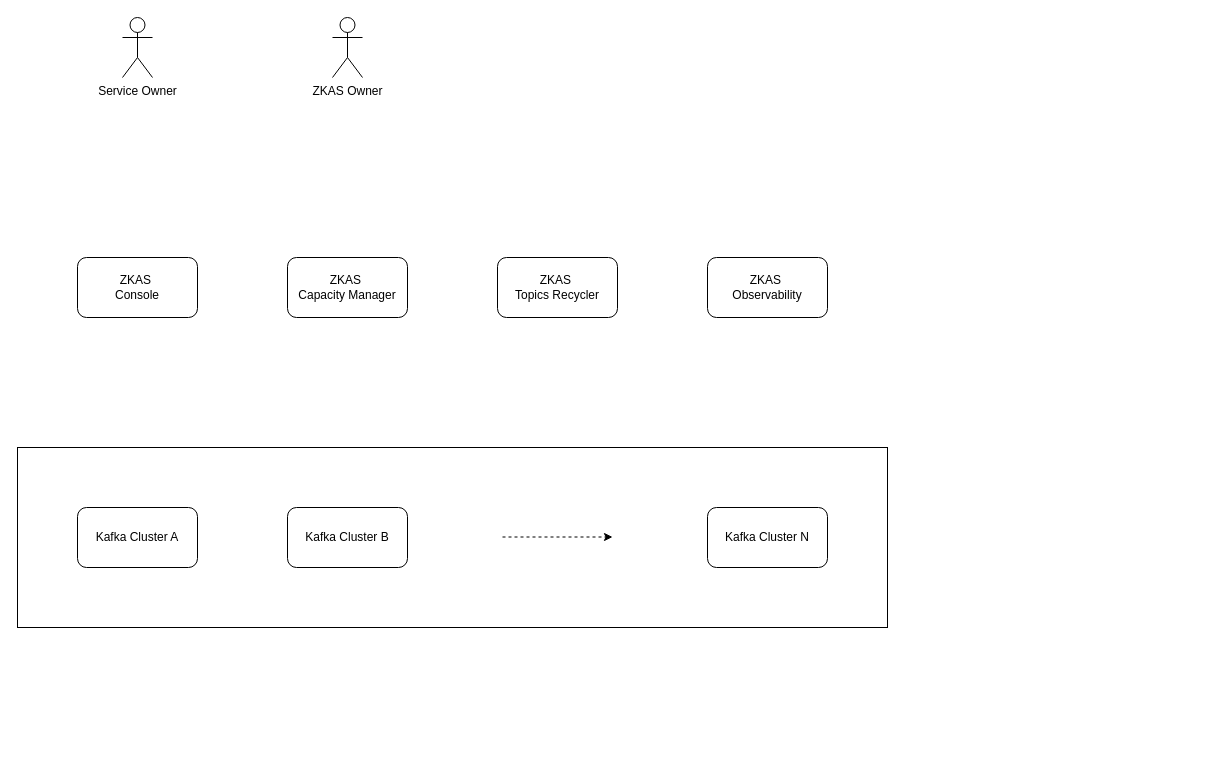
Before: Kafka as Service.drawio in jiangtao7/draw.io, a draw.io diagram. Source tidied: cells renumbered, new cells numbered last; positions are measured from the earlier drawing's top-left corner, leaving out a move shared by most shapes. Both pictures are drawn from the tidied source at 100%, with x=0, y=0 at pixel (17, 17).
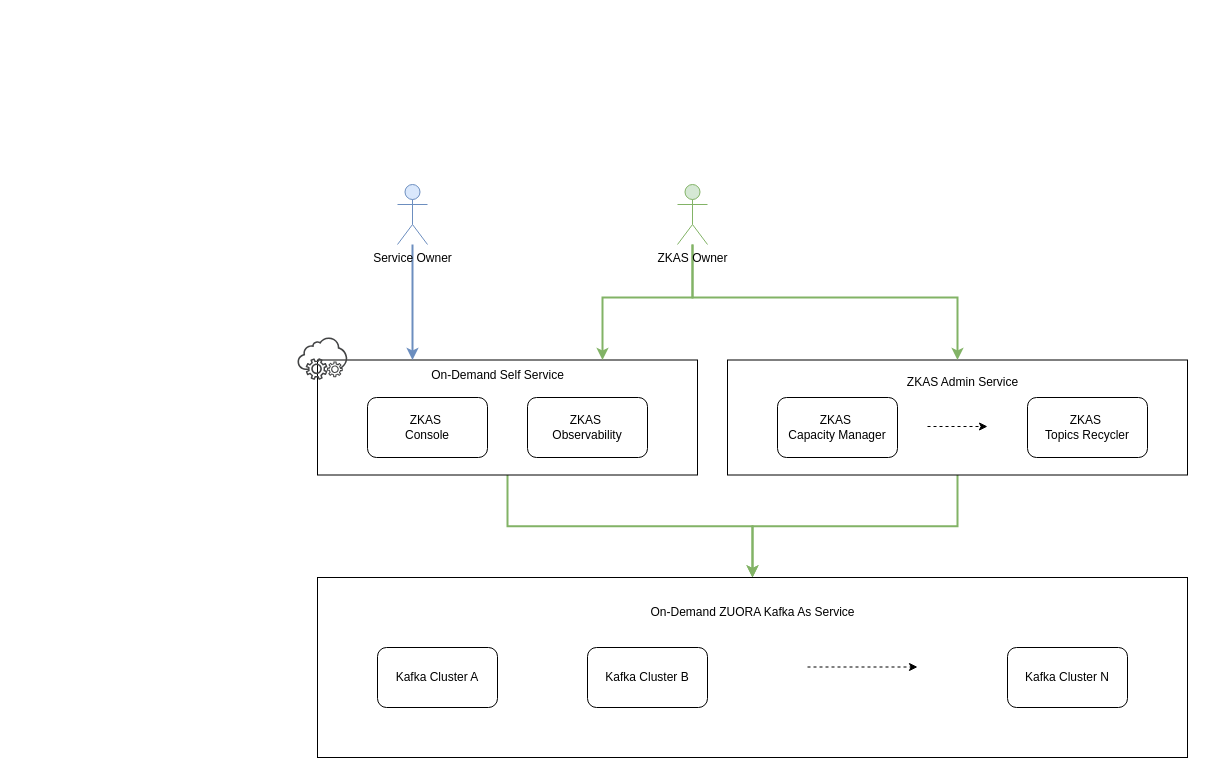
Above is the later version.

What changed in the source:
```diff
@@
+    <mxCell id="13" style="edgeStyle=orthogonalEdgeStyle;rounded=0;jettySize=auto;html=1;entryX=0.5;entryY=0;entryDx=0;entryDy=0;strokeWidth=2;fillColor=#d5e8d4;strokeColor=#82b366;" parent="1" edge="1" source="14" target="2">
+      <mxGeometry relative="1" as="geometry" />
+    </mxCell>
+    <mxCell id="14" style="rounded=0;whiteSpace=wrap;html=1;" parent="1" vertex="1">
+      <mxGeometry x="300" y="342.5" width="380" height="115" as="geometry" />
+    </mxCell>
+    <mxCell id="15" style="edgeStyle=orthogonalEdgeStyle;rounded=0;jettySize=auto;html=1;entryX=0.5;entryY=0;entryDx=0;entryDy=0;strokeWidth=2;fillColor=#d5e8d4;strokeColor=#82b366;" parent="1" edge="1" source="16" target="2">
+      <mxGeometry relative="1" as="geometry" />
+    </mxCell>
+    <mxCell id="16" style="rounded=0;whiteSpace=wrap;html=1;" parent="1" vertex="1">
+      <mxGeometry x="710" y="342.5" width="460" height="115" as="geometry" />
+    </mxCell>
     <mxCell id="2" style="rounded=0;whiteSpace=wrap;html=1;" parent="1" vertex="1">
-      <mxGeometry y="430" width="870" height="180" as="geometry" />
+      <mxGeometry x="300" y="560" width="870" height="180" as="geometry" />
     </mxCell>
+    <mxCell id="17" style="edgeStyle=orthogonalEdgeStyle;rounded=0;jettySize=auto;html=1;entryX=0.25;entryY=0;entryDx=0;entryDy=0;strokeWidth=2;fillColor=#dae8fc;strokeColor=#6c8ebf;" parent="1" edge="1" source="3" target="14">
+      <mxGeometry relative="1" as="geometry" />
+    </mxCell>
-    <mxCell id="3" value="Service Owner" style="shape=umlActor;verticalLabelPosition=bottom;verticalAlign=top;html=1;outlineConnect=0;" parent="1" vertex="1">
-      <mxGeometry x="105" width="30" height="60" as="geometry" />
+    <mxCell id="3" value="Service Owner" style="shape=umlActor;verticalLabelPosition=bottom;verticalAlign=top;html=1;outlineConnect=0;fillColor=#dae8fc;strokeColor=#6c8ebf;" parent="1" vertex="1">
+      <mxGeometry x="380" y="167" width="30" height="60" as="geometry" />
     </mxCell>
     <mxCell id="4" value="Kafka Cluster A" style="rounded=1;whiteSpace=wrap;html=1;" parent="1" vertex="1">
-      <mxGeometry x="60" y="490" width="120" height="60" as="geometry" />
+      <mxGeometry x="360" y="630" width="120" height="60" as="geometry" />
     </mxCell>
     <mxCell id="5" value="Kafka Cluster B" style="rounded=1;whiteSpace=wrap;html=1;" parent="1" vertex="1">
-      <mxGeometry x="270" y="490" width="120" height="60" as="geometry" />
+      <mxGeometry x="570" y="630" width="120" height="60" as="geometry" />
     </mxCell>
     <mxCell id="6" value="Kafka Cluster N" style="rounded=1;whiteSpace=wrap;html=1;" parent="1" vertex="1">
-      <mxGeometry x="690" y="490" width="120" height="60" as="geometry" />
+      <mxGeometry x="990" y="630" width="120" height="60" as="geometry" />
     </mxCell>
     <mxCell id="7" value="ZKAS&amp;nbsp;&lt;div&gt;Console&lt;/div&gt;" style="rounded=1;whiteSpace=wrap;html=1;" parent="1" vertex="1">
-      <mxGeometry x="60" y="240" width="120" height="60" as="geometry" />
+      <mxGeometry x="350" y="380" width="120" height="60" as="geometry" />
     </mxCell>
     <mxCell id="8" value="ZKAS&amp;nbsp;&lt;div&gt;Capacity Manager&lt;/div&gt;" style="rounded=1;whiteSpace=wrap;html=1;" parent="1" vertex="1">
-      <mxGeometry x="270" y="240" width="120" height="60" as="geometry" />
+      <mxGeometry x="760" y="380" width="120" height="60" as="geometry" />
     </mxCell>
     <mxCell id="9" value="ZKAS&amp;nbsp;&lt;div&gt;Topics&amp;nbsp;&lt;span style=&quot;background-color: initial;&quot;&gt;Recycler&lt;/span&gt;&lt;/div&gt;" style="rounded=1;whiteSpace=wrap;html=1;" parent="1" vertex="1">
-      <mxGeometry x="480" y="240" width="120" height="60" as="geometry" />
+      <mxGeometry x="1010" y="380" width="120" height="60" as="geometry" />
     </mxCell>
     <mxCell id="10" value="ZKAS&amp;nbsp;&lt;div&gt;Observability&lt;/div&gt;" style="rounded=1;whiteSpace=wrap;html=1;" parent="1" vertex="1">
-      <mxGeometry x="690" y="240" width="120" height="60" as="geometry" />
+      <mxGeometry x="510" y="380" width="120" height="60" as="geometry" />
     </mxCell>
     <mxCell id="11" style="endArrow=classic;html=1;rounded=0;dashed=1;" parent="1" edge="1">
       <mxGeometry relative="1" as="geometry">
-        <mxPoint x="485" y="519.5" as="sourcePoint" />
-        <mxPoint x="595" y="519.5" as="targetPoint" />
+        <mxPoint x="790" y="649.5" as="sourcePoint" />
+        <mxPoint x="900" y="649.5" as="targetPoint" />
       </mxGeometry>
     </mxCell>
+    <mxCell id="18" style="edgeStyle=orthogonalEdgeStyle;rounded=0;jettySize=auto;html=1;entryX=0.5;entryY=0;entryDx=0;entryDy=0;strokeWidth=2;fillColor=#d5e8d4;strokeColor=#82b366;" parent="1" edge="1" source="12" target="16">
+      <mxGeometry relative="1" as="geometry">
+        <Array as="points">
+          <mxPoint x="675" y="280" />
+          <mxPoint x="940" y="280" />
+        </Array>
+      </mxGeometry>
+    </mxCell>
+    <mxCell id="19" style="edgeStyle=orthogonalEdgeStyle;rounded=0;jettySize=auto;html=1;entryX=0.75;entryY=0;entryDx=0;entryDy=0;strokeWidth=2;fillColor=#d5e8d4;strokeColor=#82b366;" parent="1" edge="1" source="12" target="14">
+      <mxGeometry relative="1" as="geometry">
+        <Array as="points">
+          <mxPoint x="675" y="280" />
+          <mxPoint x="585" y="280" />
+        </Array>
+      </mxGeometry>
+    </mxCell>
-    <mxCell id="12" value="ZKAS Owner" style="shape=umlActor;verticalLabelPosition=bottom;verticalAlign=top;html=1;outlineConnect=0;" parent="1" vertex="1">
-      <mxGeometry x="315" width="30" height="60" as="geometry" />
+    <mxCell id="12" value="ZKAS Owner" style="shape=umlActor;verticalLabelPosition=bottom;verticalAlign=top;html=1;outlineConnect=0;fillColor=#d5e8d4;strokeColor=#82b366;" parent="1" vertex="1">
+      <mxGeometry x="660" y="167" width="30" height="60" as="geometry" />
     </mxCell>
+    <mxCell id="20" style="endArrow=classic;html=1;rounded=0;dashed=1;" parent="1" edge="1">
+      <mxGeometry relative="1" as="geometry">
+        <mxPoint x="910" y="409" as="sourcePoint" />
+        <mxPoint x="970" y="409" as="targetPoint" />
+      </mxGeometry>
+    </mxCell>
+    <mxCell id="21" style="sketch=0;shadow=0;dashed=0;html=1;strokeColor=none;fillColor=#434445;labelPosition=center;verticalLabelPosition=bottom;verticalAlign=top;align=center;shape=mxgraph.vvd.on_demand_self_service;" parent="1" vertex="1">
+      <mxGeometry x="280" y="320" width="50" height="42.5" as="geometry" />
+    </mxCell>
+    <mxCell id="22" value="On-Demand Self Service" style="text;html=1;align=center;verticalAlign=middle;strokeColor=none;fillColor=none;" parent="1" vertex="1">
+      <mxGeometry x="400" y="342.5" width="160" height="30" as="geometry" />
+    </mxCell>
+    <mxCell id="23" value="ZKAS Admin Service" style="text;html=1;align=center;verticalAlign=middle;strokeColor=none;fillColor=none;" parent="1" vertex="1">
+      <mxGeometry x="880" y="350" width="130" height="30" as="geometry" />
+    </mxCell>
+    <mxCell id="24" value="On-Demand ZUORA Kafka As Service" style="text;html=1;align=center;verticalAlign=middle;strokeColor=none;fillColor=none;" parent="1" vertex="1">
+      <mxGeometry x="620" y="580" width="230" height="30" as="geometry" />
+    </mxCell>
```
